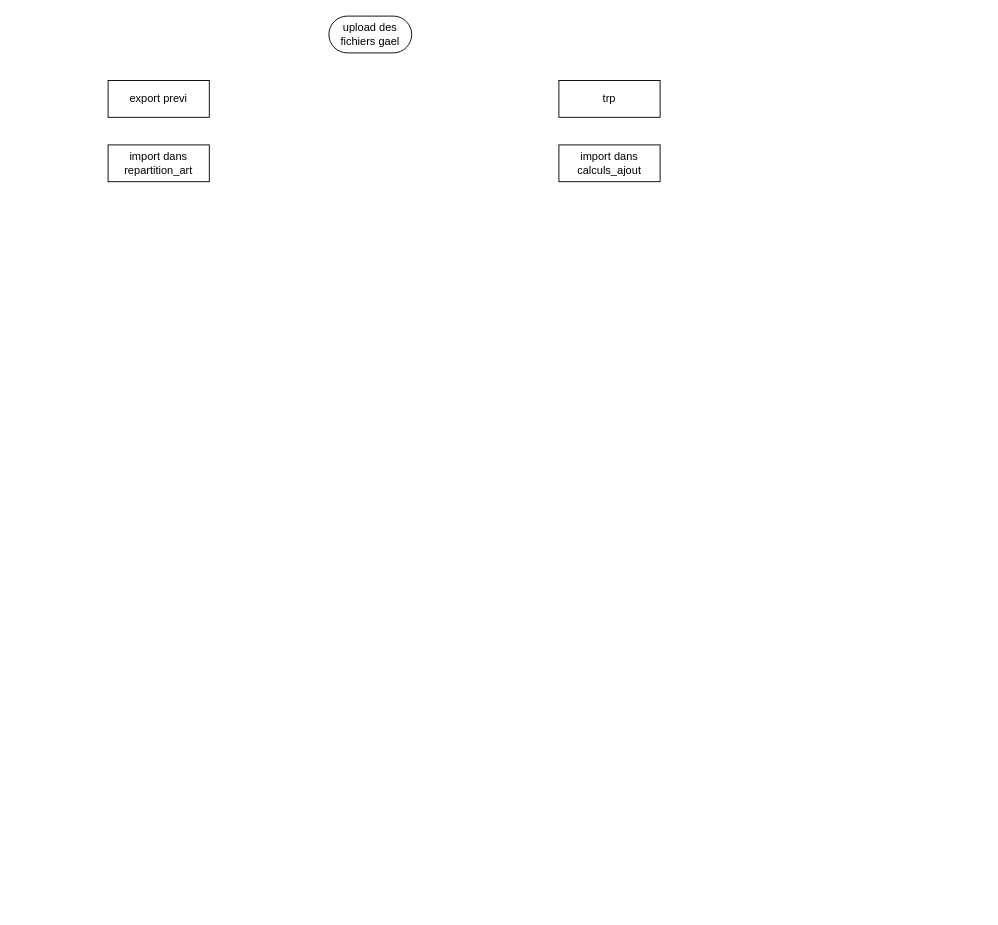
The draw.io diagram Diagramme sans nom.drawio in valbtlec/phpsnippets, before the edit. Source tidied: cells renumbered, new cells numbered last; positions are measured from the earlier drawing's top-left corner, leaving out a move shared by most shapes. Both pictures are drawn from the tidied source at 92%, with x=0, y=0 at pixel (108, 16).
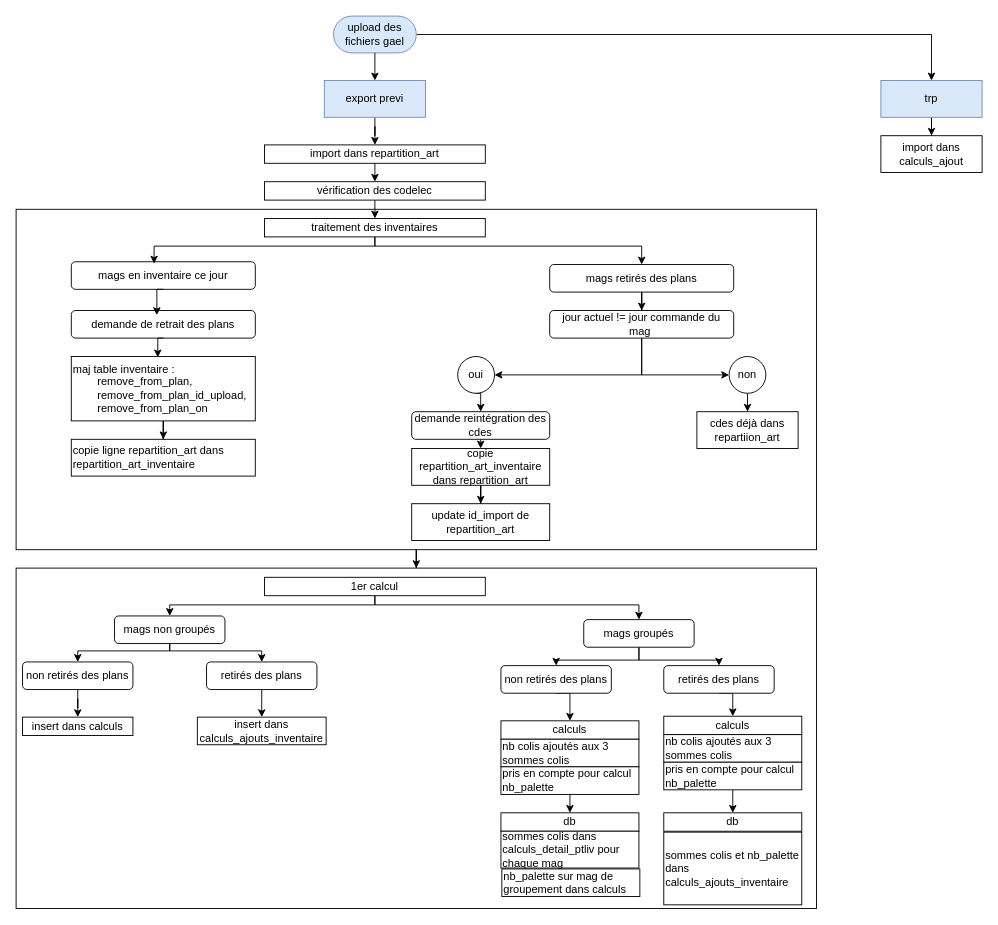
Above is the later version.

Commit message (it also covers changes not shown here):
Mettre à jour Diagramme sans nom.drawio

Change to the diagram source:
```diff
@@
+    <mxCell id="7" style="rounded=0;whiteSpace=wrap;html=1;fillColor=none;" parent="1" vertex="1">
+      <mxGeometry x="-100" y="600" width="870" height="370" as="geometry" />
+    </mxCell>
+    <mxCell id="8" style="edgeStyle=orthogonalEdgeStyle;rounded=0;jettySize=auto;html=1;exitX=0.5;exitY=1;exitDx=0;exitDy=0;" parent="1" edge="1" source="9" target="7">
+      <mxGeometry relative="1" as="geometry" />
+    </mxCell>
+    <mxCell id="9" style="rounded=0;whiteSpace=wrap;html=1;fillColor=none;" parent="1" vertex="1">
+      <mxGeometry x="-100" y="210" width="870" height="370" as="geometry" />
+    </mxCell>
+    <mxCell id="10" style="edgeStyle=orthogonalEdgeStyle;rounded=0;jettySize=auto;html=1;exitX=1;exitY=0.5;exitDx=0;exitDy=0;entryX=0.5;entryY=0;entryDx=0;entryDy=0;" parent="1" edge="1" source="2" target="4">
+      <mxGeometry relative="1" as="geometry" />
+    </mxCell>
-    <mxCell id="2" value="upload des fichiers gael" style="rounded=1;whiteSpace=wrap;html=1;arcSize=50;" parent="1" vertex="1">
-      <mxGeometry x="240" width="90" height="40" as="geometry" />
+    <mxCell id="2" value="upload des fichiers gael" style="rounded=1;whiteSpace=wrap;html=1;arcSize=50;fillColor=#dae8fc;strokeColor=#6c8ebf;" parent="1" vertex="1">
+      <mxGeometry x="245" width="90" height="40" as="geometry" />
     </mxCell>
+    <mxCell id="11" style="edgeStyle=orthogonalEdgeStyle;rounded=0;jettySize=auto;html=1;exitX=0.5;exitY=1;exitDx=0;exitDy=0;" parent="1" edge="1" source="3" target="5">
+      <mxGeometry relative="1" as="geometry" />
+    </mxCell>
-    <mxCell id="3" value="export previ" style="rounded=0;whiteSpace=wrap;html=1;" parent="1" vertex="1">
-      <mxGeometry y="70" width="110" height="40" as="geometry" />
+    <mxCell id="3" value="export previ" style="rounded=0;whiteSpace=wrap;html=1;fillColor=#dae8fc;strokeColor=#6c8ebf;" parent="1" vertex="1">
+      <mxGeometry x="235" y="70" width="110" height="40" as="geometry" />
     </mxCell>
+    <mxCell id="12" style="edgeStyle=orthogonalEdgeStyle;rounded=0;jettySize=auto;html=1;exitX=0.5;exitY=1;exitDx=0;exitDy=0;" parent="1" edge="1" source="4" target="6">
+      <mxGeometry relative="1" as="geometry" />
+    </mxCell>
-    <mxCell id="4" value="trp" style="rounded=0;whiteSpace=wrap;html=1;" parent="1" vertex="1">
-      <mxGeometry x="490" y="70" width="110" height="40" as="geometry" />
+    <mxCell id="4" value="trp" style="rounded=0;whiteSpace=wrap;html=1;fillColor=#dae8fc;strokeColor=#6c8ebf;" parent="1" vertex="1">
+      <mxGeometry x="840" y="70" width="110" height="40" as="geometry" />
     </mxCell>
+    <mxCell id="13" style="edgeStyle=orthogonalEdgeStyle;rounded=0;jettySize=auto;html=1;exitX=0.5;exitY=1;exitDx=0;exitDy=0;entryX=0.5;entryY=0;entryDx=0;entryDy=0;" parent="1" edge="1" source="5" target="15">
+      <mxGeometry relative="1" as="geometry" />
+    </mxCell>
-    <mxCell id="5" value="import dans&lt;div&gt;repartition_art&lt;/div&gt;" style="rounded=0;whiteSpace=wrap;html=1;" parent="1" vertex="1">
-      <mxGeometry y="140" width="110" height="40" as="geometry" />
+    <mxCell id="5" value="import dans&amp;nbsp;&lt;span style=&quot;background-color: transparent; color: light-dark(rgb(0, 0, 0), rgb(255, 255, 255));&quot;&gt;repartition_art&lt;/span&gt;" style="rounded=0;whiteSpace=wrap;html=1;" parent="1" vertex="1">
+      <mxGeometry x="170" y="140" width="240" height="20" as="geometry" />
     </mxCell>
     <mxCell id="6" value="import dans&lt;div&gt;calculs_ajout&lt;/div&gt;" style="rounded=0;whiteSpace=wrap;html=1;" parent="1" vertex="1">
-      <mxGeometry x="490" y="140" width="110" height="40" as="geometry" />
+      <mxGeometry x="840" y="130" width="110" height="40" as="geometry" />
     </mxCell>
+    <mxCell id="14" style="edgeStyle=orthogonalEdgeStyle;rounded=0;jettySize=auto;html=1;exitX=0.5;exitY=1;exitDx=0;exitDy=0;entryX=0.5;entryY=0;entryDx=0;entryDy=0;" parent="1" edge="1" source="15" target="17">
+      <mxGeometry relative="1" as="geometry" />
+    </mxCell>
+    <mxCell id="15" value="vérification des codelec" style="rounded=0;whiteSpace=wrap;html=1;" parent="1" vertex="1">
+      <mxGeometry x="170" y="180" width="240" height="20" as="geometry" />
+    </mxCell>
+    <mxCell id="16" style="edgeStyle=orthogonalEdgeStyle;rounded=0;jettySize=auto;html=1;exitX=0.5;exitY=1;exitDx=0;exitDy=0;entryX=0.5;entryY=0;entryDx=0;entryDy=0;" parent="1" edge="1" source="17" target="20">
+      <mxGeometry relative="1" as="geometry">
+        <Array as="points">
+          <mxPoint x="290" y="250" />
+          <mxPoint x="580" y="250" />
+        </Array>
+      </mxGeometry>
+    </mxCell>
+    <mxCell id="17" value="traitement des inventaires" style="rounded=0;whiteSpace=wrap;html=1;" parent="1" vertex="1">
+      <mxGeometry x="170" y="220" width="240" height="20" as="geometry" />
+    </mxCell>
+    <mxCell id="18" value="mags en inventaire ce jour" style="rounded=1;whiteSpace=wrap;html=1;" parent="1" vertex="1">
+      <mxGeometry x="-40" y="267" width="200" height="30" as="geometry" />
+    </mxCell>
+    <mxCell id="19" style="edgeStyle=orthogonalEdgeStyle;rounded=0;jettySize=auto;html=1;exitX=0.5;exitY=1;exitDx=0;exitDy=0;" parent="1" edge="1" source="20" target="27">
+      <mxGeometry relative="1" as="geometry" />
+    </mxCell>
+    <mxCell id="20" value="mags retirés des plans" style="rounded=1;whiteSpace=wrap;html=1;" parent="1" vertex="1">
+      <mxGeometry x="480" y="270" width="200" height="30" as="geometry" />
+    </mxCell>
+    <mxCell id="21" value="&lt;div&gt;&lt;div&gt;copie ligne repartition_art dans repartition_art_inventaire&lt;/div&gt;&lt;/div&gt;" style="rounded=0;whiteSpace=wrap;html=1;align=left;" parent="1" vertex="1">
+      <mxGeometry x="-40" y="460" width="200" height="40" as="geometry" />
+    </mxCell>
+    <mxCell id="22" value="demande de retrait des plans" style="rounded=1;whiteSpace=wrap;html=1;" parent="1" vertex="1">
+      <mxGeometry x="-40" y="320" width="200" height="30" as="geometry" />
+    </mxCell>
+    <mxCell id="23" style="edgeStyle=orthogonalEdgeStyle;rounded=0;jettySize=auto;html=1;exitX=0.5;exitY=1;exitDx=0;exitDy=0;entryX=0.5;entryY=0;entryDx=0;entryDy=0;" parent="1" edge="1" source="24" target="34">
+      <mxGeometry relative="1" as="geometry" />
+    </mxCell>
+    <mxCell id="24" value="demande reintégration des cdes" style="rounded=1;whiteSpace=wrap;html=1;" parent="1" vertex="1">
+      <mxGeometry x="330" y="430" width="150" height="30" as="geometry" />
+    </mxCell>
+    <mxCell id="25" style="edgeStyle=orthogonalEdgeStyle;rounded=0;jettySize=auto;html=1;exitX=0.5;exitY=1;exitDx=0;exitDy=0;entryX=1;entryY=0.5;entryDx=0;entryDy=0;" parent="1" edge="1" source="27" target="30">
+      <mxGeometry relative="1" as="geometry" />
+    </mxCell>
+    <mxCell id="26" style="edgeStyle=orthogonalEdgeStyle;rounded=0;jettySize=auto;html=1;exitX=0.5;exitY=1;exitDx=0;exitDy=0;entryX=0;entryY=0.5;entryDx=0;entryDy=0;" parent="1" edge="1" source="27" target="32">
+      <mxGeometry relative="1" as="geometry" />
+    </mxCell>
+    <mxCell id="27" value="jour actuel != jour commande du mag&amp;nbsp;" style="rounded=1;whiteSpace=wrap;html=1;" parent="1" vertex="1">
+      <mxGeometry x="480" y="320" width="200" height="30" as="geometry" />
+    </mxCell>
+    <mxCell id="28" value="cdes déjà dans repartiion_art" style="rounded=0;whiteSpace=wrap;html=1;" parent="1" vertex="1">
+      <mxGeometry x="640" y="430" width="110" height="40" as="geometry" />
+    </mxCell>
+    <mxCell id="29" style="edgeStyle=orthogonalEdgeStyle;rounded=0;jettySize=auto;html=1;exitX=0.5;exitY=1;exitDx=0;exitDy=0;entryX=0.5;entryY=0;entryDx=0;entryDy=0;" parent="1" edge="1" source="30" target="24">
+      <mxGeometry relative="1" as="geometry" />
+    </mxCell>
+    <mxCell id="30" value="oui" style="ellipse;whiteSpace=wrap;html=1;" parent="1" vertex="1">
+      <mxGeometry x="380" y="370" width="40" height="40" as="geometry" />
+    </mxCell>
+    <mxCell id="31" style="edgeStyle=orthogonalEdgeStyle;rounded=0;jettySize=auto;html=1;exitX=0.5;exitY=1;exitDx=0;exitDy=0;entryX=0.5;entryY=0;entryDx=0;entryDy=0;" parent="1" edge="1" source="32" target="28">
+      <mxGeometry relative="1" as="geometry" />
+    </mxCell>
+    <mxCell id="32" value="non" style="ellipse;whiteSpace=wrap;html=1;" parent="1" vertex="1">
+      <mxGeometry x="675" y="370" width="40" height="40" as="geometry" />
+    </mxCell>
+    <mxCell id="33" style="edgeStyle=orthogonalEdgeStyle;rounded=0;jettySize=auto;html=1;exitX=0.5;exitY=1;exitDx=0;exitDy=0;" parent="1" edge="1" source="34" target="35">
+      <mxGeometry relative="1" as="geometry" />
+    </mxCell>
+    <mxCell id="34" value="copie repartition_art_inventaire dans repartition_art" style="rounded=0;whiteSpace=wrap;html=1;" parent="1" vertex="1">
+      <mxGeometry x="330" y="470" width="150" height="40" as="geometry" />
+    </mxCell>
+    <mxCell id="35" value="update id_import de repartition_art" style="rounded=0;whiteSpace=wrap;html=1;" parent="1" vertex="1">
+      <mxGeometry x="330" y="530" width="150" height="40" as="geometry" />
+    </mxCell>
+    <mxCell id="36" style="edgeStyle=orthogonalEdgeStyle;rounded=0;jettySize=auto;html=1;exitX=0.5;exitY=1;exitDx=0;exitDy=0;" parent="1" edge="1" source="38" target="41">
+      <mxGeometry relative="1" as="geometry">
+        <Array as="points">
+          <mxPoint x="290" y="640" />
+          <mxPoint x="67" y="640" />
+        </Array>
+      </mxGeometry>
+    </mxCell>
+    <mxCell id="37" style="edgeStyle=orthogonalEdgeStyle;rounded=0;jettySize=auto;html=1;exitX=0.5;exitY=1;exitDx=0;exitDy=0;entryX=0.5;entryY=0;entryDx=0;entryDy=0;" parent="1" edge="1" source="38" target="44">
+      <mxGeometry relative="1" as="geometry">
+        <Array as="points">
+          <mxPoint x="290" y="640" />
+          <mxPoint x="577" y="640" />
+        </Array>
+      </mxGeometry>
+    </mxCell>
+    <mxCell id="38" value="1er calcul" style="rounded=0;whiteSpace=wrap;html=1;" parent="1" vertex="1">
+      <mxGeometry x="170" y="610" width="240" height="20" as="geometry" />
+    </mxCell>
+    <mxCell id="39" style="edgeStyle=orthogonalEdgeStyle;rounded=0;jettySize=auto;html=1;exitX=0.5;exitY=1;exitDx=0;exitDy=0;" parent="1" edge="1" source="41" target="46">
+      <mxGeometry relative="1" as="geometry">
+        <Array as="points">
+          <mxPoint x="67" y="690" />
+          <mxPoint x="-33" y="690" />
+        </Array>
+      </mxGeometry>
+    </mxCell>
+    <mxCell id="40" style="edgeStyle=orthogonalEdgeStyle;rounded=0;jettySize=auto;html=1;exitX=0.5;exitY=1;exitDx=0;exitDy=0;" parent="1" edge="1" source="41" target="48">
+      <mxGeometry relative="1" as="geometry">
+        <Array as="points">
+          <mxPoint x="67" y="690" />
+          <mxPoint x="167" y="690" />
+        </Array>
+      </mxGeometry>
+    </mxCell>
+    <mxCell id="41" value="mags non groupés" style="rounded=1;whiteSpace=wrap;html=1;" parent="1" vertex="1">
+      <mxGeometry x="7" y="652" width="120" height="30" as="geometry" />
+    </mxCell>
+    <mxCell id="42" style="edgeStyle=orthogonalEdgeStyle;rounded=0;jettySize=auto;html=1;exitX=0.5;exitY=1;exitDx=0;exitDy=0;" parent="1" edge="1" source="44" target="52">
+      <mxGeometry relative="1" as="geometry">
+        <Array as="points">
+          <mxPoint x="577" y="700" />
+          <mxPoint x="487" y="700" />
+        </Array>
+      </mxGeometry>
+    </mxCell>
+    <mxCell id="43" style="edgeStyle=orthogonalEdgeStyle;rounded=0;jettySize=auto;html=1;exitX=0.5;exitY=1;exitDx=0;exitDy=0;entryX=0.5;entryY=0;entryDx=0;entryDy=0;" parent="1" edge="1" source="44" target="54">
+      <mxGeometry relative="1" as="geometry">
+        <Array as="points">
+          <mxPoint x="577" y="700" />
+          <mxPoint x="664" y="700" />
+        </Array>
+      </mxGeometry>
+    </mxCell>
+    <mxCell id="44" value="mags groupés" style="rounded=1;whiteSpace=wrap;html=1;" parent="1" vertex="1">
+      <mxGeometry x="517" y="656" width="120" height="30" as="geometry" />
+    </mxCell>
+    <mxCell id="45" style="edgeStyle=orthogonalEdgeStyle;rounded=0;jettySize=auto;html=1;exitX=0.5;exitY=1;exitDx=0;exitDy=0;" parent="1" edge="1" source="46" target="49">
+      <mxGeometry relative="1" as="geometry" />
+    </mxCell>
+    <mxCell id="46" value="non retirés des plans" style="rounded=1;whiteSpace=wrap;html=1;" parent="1" vertex="1">
+      <mxGeometry x="-93" y="702" width="120" height="30" as="geometry" />
+    </mxCell>
+    <mxCell id="47" style="edgeStyle=orthogonalEdgeStyle;rounded=0;jettySize=auto;html=1;exitX=0.5;exitY=1;exitDx=0;exitDy=0;entryX=0.5;entryY=0;entryDx=0;entryDy=0;" parent="1" edge="1" source="48" target="50">
+      <mxGeometry relative="1" as="geometry" />
+    </mxCell>
+    <mxCell id="48" value="retirés des plans" style="rounded=1;whiteSpace=wrap;html=1;" parent="1" vertex="1">
+      <mxGeometry x="107" y="702" width="120" height="30" as="geometry" />
+    </mxCell>
+    <mxCell id="49" value="insert dans calculs" style="rounded=0;whiteSpace=wrap;html=1;" parent="1" vertex="1">
+      <mxGeometry x="-93" y="762" width="120" height="20" as="geometry" />
+    </mxCell>
+    <mxCell id="50" value="insert dans calculs_ajouts_inventaire" style="rounded=0;whiteSpace=wrap;html=1;" parent="1" vertex="1">
+      <mxGeometry x="97" y="762" width="140" height="30" as="geometry" />
+    </mxCell>
+    <mxCell id="51" style="edgeStyle=orthogonalEdgeStyle;rounded=0;jettySize=auto;html=1;exitX=0.5;exitY=1;exitDx=0;exitDy=0;entryX=0.5;entryY=0;entryDx=0;entryDy=0;" parent="1" edge="1" source="52" target="55">
+      <mxGeometry relative="1" as="geometry" />
+    </mxCell>
+    <mxCell id="52" value="non retirés des plans" style="rounded=1;whiteSpace=wrap;html=1;" parent="1" vertex="1">
+      <mxGeometry x="427" y="706" width="120" height="30" as="geometry" />
+    </mxCell>
+    <mxCell id="53" style="edgeStyle=orthogonalEdgeStyle;rounded=0;jettySize=auto;html=1;exitX=0.5;exitY=1;exitDx=0;exitDy=0;entryX=0.5;entryY=0;entryDx=0;entryDy=0;" parent="1" edge="1" source="54" target="62">
+      <mxGeometry relative="1" as="geometry" />
+    </mxCell>
+    <mxCell id="54" value="retirés des plans" style="rounded=1;whiteSpace=wrap;html=1;" parent="1" vertex="1">
+      <mxGeometry x="604" y="706" width="120" height="30" as="geometry" />
+    </mxCell>
+    <mxCell id="55" value="calculs" style="rounded=0;whiteSpace=wrap;html=1;" parent="1" vertex="1">
+      <mxGeometry x="427" y="766" width="150" height="20" as="geometry" />
+    </mxCell>
+    <mxCell id="56" value="nb colis ajoutés aux 3 sommes colis&amp;nbsp;" style="rounded=0;whiteSpace=wrap;html=1;align=left;" parent="1" vertex="1">
+      <mxGeometry x="427" y="786" width="150" height="30" as="geometry" />
+    </mxCell>
+    <mxCell id="57" style="edgeStyle=orthogonalEdgeStyle;rounded=0;jettySize=auto;html=1;exitX=0.5;exitY=1;exitDx=0;exitDy=0;entryX=0.5;entryY=0;entryDx=0;entryDy=0;" parent="1" edge="1" source="58" target="59">
+      <mxGeometry relative="1" as="geometry" />
+    </mxCell>
+    <mxCell id="58" value="pris en compte pour calcul nb_palette" style="rounded=0;whiteSpace=wrap;html=1;align=left;" parent="1" vertex="1">
+      <mxGeometry x="427" y="816" width="150" height="30" as="geometry" />
+    </mxCell>
+    <mxCell id="59" value="db" style="rounded=0;whiteSpace=wrap;html=1;" parent="1" vertex="1">
+      <mxGeometry x="427" y="866" width="150" height="20" as="geometry" />
+    </mxCell>
+    <mxCell id="60" value="sommes colis dans calculs_detail_ptliv pour chaque mag" style="rounded=0;whiteSpace=wrap;html=1;align=left;" parent="1" vertex="1">
+      <mxGeometry x="427" y="886" width="150" height="40" as="geometry" />
+    </mxCell>
+    <mxCell id="61" value="nb_palette sur mag de groupement dans calculs" style="rounded=0;whiteSpace=wrap;html=1;align=left;" parent="1" vertex="1">
+      <mxGeometry x="428" y="927" width="150" height="30" as="geometry" />
+    </mxCell>
+    <mxCell id="62" value="calculs" style="rounded=0;whiteSpace=wrap;html=1;" parent="1" vertex="1">
+      <mxGeometry x="604" y="761" width="150" height="20" as="geometry" />
+    </mxCell>
+    <mxCell id="63" value="nb colis ajoutés aux 3 sommes colis&amp;nbsp;" style="rounded=0;whiteSpace=wrap;html=1;align=left;" parent="1" vertex="1">
+      <mxGeometry x="604" y="781" width="150" height="30" as="geometry" />
+    </mxCell>
+    <mxCell id="64" style="edgeStyle=orthogonalEdgeStyle;rounded=0;jettySize=auto;html=1;exitX=0.5;exitY=1;exitDx=0;exitDy=0;entryX=0.5;entryY=0;entryDx=0;entryDy=0;" parent="1" edge="1" source="65" target="66">
+      <mxGeometry relative="1" as="geometry" />
+    </mxCell>
+    <mxCell id="65" value="pris en compte pour calcul nb_palette" style="rounded=0;whiteSpace=wrap;html=1;align=left;" parent="1" vertex="1">
+      <mxGeometry x="604" y="811" width="150" height="30" as="geometry" />
+    </mxCell>
+    <mxCell id="66" value="db" style="rounded=0;whiteSpace=wrap;html=1;" parent="1" vertex="1">
+      <mxGeometry x="604" y="866" width="150" height="20" as="geometry" />
+    </mxCell>
+    <mxCell id="67" value="sommes colis et nb_palette dans calculs_ajouts_inventaire" style="rounded=0;whiteSpace=wrap;html=1;align=left;" parent="1" vertex="1">
+      <mxGeometry x="604" y="887" width="150" height="79" as="geometry" />
+    </mxCell>
+    <mxCell id="68" style="endArrow=classic;html=1;rounded=0;exitX=0.5;exitY=1;exitDx=0;exitDy=0;" parent="1" edge="1" source="2" target="3">
+      <mxGeometry relative="1" as="geometry" />
+    </mxCell>
+    <mxCell id="69" style="edgeStyle=orthogonalEdgeStyle;rounded=0;jettySize=auto;html=1;exitX=0.5;exitY=1;exitDx=0;exitDy=0;" parent="1" edge="1" source="70" target="21">
+      <mxGeometry relative="1" as="geometry" />
+    </mxCell>
+    <mxCell id="70" value="maj table inventaire :&amp;nbsp;&lt;div&gt;&lt;span style=&quot;white-space: pre;&quot;&gt;&#9;&lt;/span&gt;remove_from_plan, &lt;span style=&quot;white-space: pre;&quot;&gt;&#9;&lt;/span&gt;remove_from_plan_id_upload,&lt;/div&gt;&lt;div&gt;&lt;span style=&quot;white-space: pre;&quot;&gt;&#9;&lt;/span&gt;remove_from_plan_on&lt;/div&gt;" style="rounded=0;whiteSpace=wrap;html=1;align=left;" parent="1" vertex="1">
+      <mxGeometry x="-40" y="370" width="200" height="70" as="geometry" />
+    </mxCell>
+    <mxCell id="71" style="edgeStyle=orthogonalEdgeStyle;rounded=0;jettySize=auto;html=1;exitX=0.5;exitY=1;exitDx=0;exitDy=0;entryX=0.45;entryY=0.067;entryDx=0;entryDy=0;entryPerimeter=0;" parent="1" edge="1" source="17" target="18">
+      <mxGeometry relative="1" as="geometry">
+        <Array as="points">
+          <mxPoint x="290" y="250" />
+          <mxPoint x="50" y="250" />
+        </Array>
+      </mxGeometry>
+    </mxCell>
+    <mxCell id="72" style="edgeStyle=orthogonalEdgeStyle;rounded=0;jettySize=auto;html=1;exitX=0.5;exitY=1;exitDx=0;exitDy=0;entryX=0.465;entryY=0.167;entryDx=0;entryDy=0;entryPerimeter=0;" parent="1" edge="1" source="18" target="22">
+      <mxGeometry relative="1" as="geometry" />
+    </mxCell>
+    <mxCell id="73" style="edgeStyle=orthogonalEdgeStyle;rounded=0;jettySize=auto;html=1;exitX=0.5;exitY=1;exitDx=0;exitDy=0;entryX=0.47;entryY=0.014;entryDx=0;entryDy=0;entryPerimeter=0;" parent="1" edge="1" source="22" target="70">
+      <mxGeometry relative="1" as="geometry" />
+    </mxCell>
```
